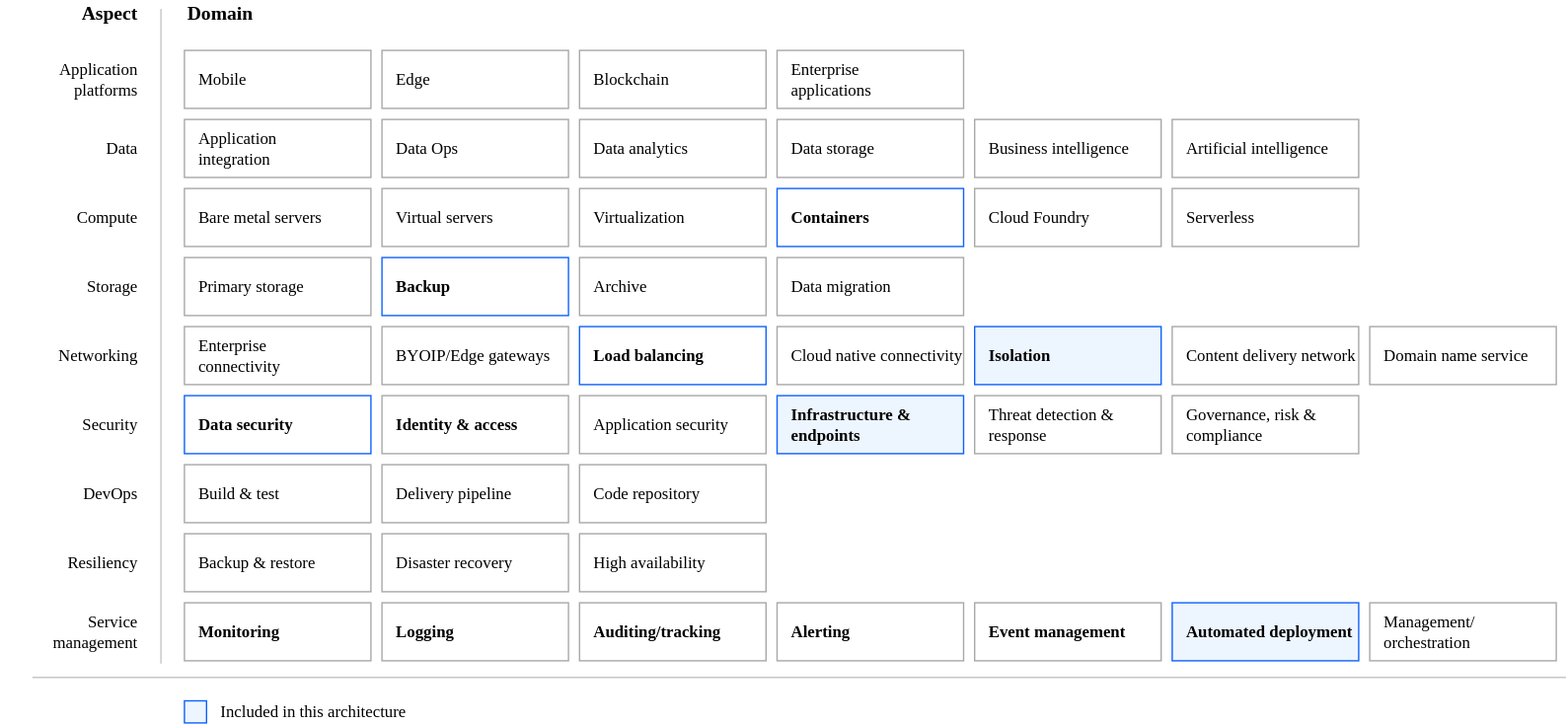
This is reference-architectures/heat-map-deploy-arch-slz-vpc-fully-configurable.svg from terraform-ibm-modules/terraform-ibm-landing-zone-vpc, a draw.io export, as it was before one commit. Source tidied: cells renumbered, new cells last; positions are measured from the earlier drawing's top-left corner, leaving out a move shared by most shapes.
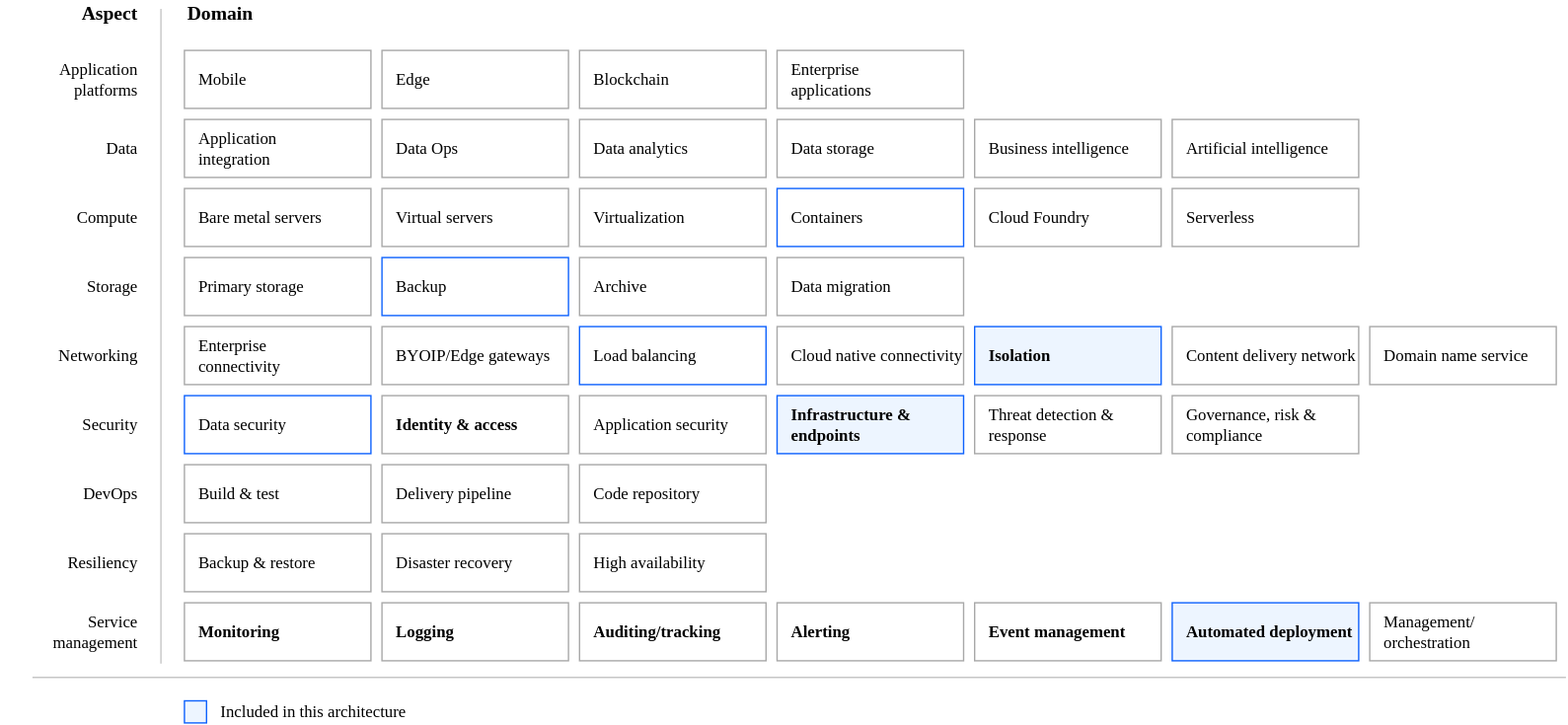
After the commit.

The edit, as a diff of the source:
```diff
@@ -20,7 +20,7 @@
     <mxCell id="7" value="Build &amp;amp; test" style="rounded=0;whiteSpace=wrap;html=1;strokeColor=#A8A8A8;align=left;spacingLeft=8;fontFamily=IBM Plex Sans;" parent="1" vertex="1">
       <mxGeometry x="133" y="336" width="135" height="42" as="geometry" />
     </mxCell>
-    <mxCell id="8" value="Data security" style="rounded=0;whiteSpace=wrap;html=1;strokeColor=light-dark(#0E62FD,#5D5D5D);align=left;spacingLeft=8;fontFamily=IBM Plex Sans;fontStyle=1;fillColor=default;" parent="1" vertex="1">
+    <mxCell id="8" value="Data security" style="rounded=0;whiteSpace=wrap;html=1;strokeColor=light-dark(#0E62FD,#5D5D5D);align=left;spacingLeft=8;fontFamily=IBM Plex Sans;fontStyle=0;fillColor=default;" parent="1" vertex="1">
       <mxGeometry x="133" y="286" width="135" height="42" as="geometry" />
     </mxCell>
     <mxCell id="9" value="Backup &amp;amp; restore" style="rounded=0;whiteSpace=wrap;html=1;strokeColor=#A8A8A8;align=left;spacingLeft=8;fontFamily=IBM Plex Sans;" parent="1" vertex="1">
@@ -56,7 +56,7 @@
     <mxCell id="19" value="Virtualization" style="rounded=0;whiteSpace=wrap;html=1;strokeColor=#A8A8A8;align=left;spacingLeft=8;fontFamily=IBM Plex Sans;fillColor=default;fontStyle=0;" parent="1" vertex="1">
       <mxGeometry x="419" y="136" width="135" height="42" as="geometry" />
     </mxCell>
-    <mxCell id="20" value="Containers" style="rounded=0;whiteSpace=wrap;html=1;strokeColor=light-dark(#0E62FD,#5D5D5D);align=left;spacingLeft=8;fontFamily=IBM Plex Sans;fillColor=default;fontStyle=1;" parent="1" vertex="1">
+    <mxCell id="20" value="Containers" style="rounded=0;whiteSpace=wrap;html=1;strokeColor=light-dark(#0E62FD,#5D5D5D);align=left;spacingLeft=8;fontFamily=IBM Plex Sans;fillColor=default;fontStyle=0;" parent="1" vertex="1">
       <mxGeometry x="562" y="136" width="135" height="42" as="geometry" />
     </mxCell>
     <mxCell id="21" value="Cloud Foundry" style="rounded=0;whiteSpace=wrap;html=1;strokeColor=#A8A8A8;align=left;spacingLeft=8;fontFamily=IBM Plex Sans;fillColor=default;fontStyle=0;" parent="1" vertex="1">
@@ -65,7 +65,7 @@
     <mxCell id="22" value="Serverless" style="rounded=0;whiteSpace=wrap;html=1;strokeColor=#A8A8A8;align=left;spacingLeft=8;fontFamily=IBM Plex Sans;fillColor=default;fontStyle=0;" parent="1" vertex="1">
       <mxGeometry x="848" y="136" width="135" height="42" as="geometry" />
     </mxCell>
-    <mxCell id="23" value="Backup" style="rounded=0;whiteSpace=wrap;html=1;strokeColor=light-dark(#0E62FD,#5D5D5D);align=left;spacingLeft=8;fontFamily=IBM Plex Sans;fillColor=default;fontStyle=1;" parent="1" vertex="1">
+    <mxCell id="23" value="Backup" style="rounded=0;whiteSpace=wrap;html=1;strokeColor=light-dark(#0E62FD,#5D5D5D);align=left;spacingLeft=8;fontFamily=IBM Plex Sans;fillColor=default;fontStyle=0;" parent="1" vertex="1">
       <mxGeometry x="276" y="186" width="135" height="42" as="geometry" />
     </mxCell>
     <mxCell id="24" value="Archive" style="rounded=0;whiteSpace=wrap;html=1;strokeColor=#A8A8A8;align=left;spacingLeft=8;fontFamily=IBM Plex Sans;fillColor=default;fontStyle=0;" parent="1" vertex="1">
@@ -77,7 +77,7 @@
     <mxCell id="26" value="BYOIP/Edge gateways" style="rounded=0;whiteSpace=wrap;html=1;strokeColor=#A8A8A8;align=left;spacingLeft=8;fontFamily=IBM Plex Sans;fillColor=default;fontStyle=0;" parent="1" vertex="1">
       <mxGeometry x="276" y="236" width="135" height="42" as="geometry" />
     </mxCell>
-    <mxCell id="27" value="Load balancing" style="rounded=0;whiteSpace=wrap;html=1;strokeColor=light-dark(#0E62FD,#5D5D5D);align=left;spacingLeft=8;fontFamily=IBM Plex Sans;fillColor=default;fontStyle=1;" parent="1" vertex="1">
+    <mxCell id="27" value="Load balancing" style="rounded=0;whiteSpace=wrap;html=1;strokeColor=light-dark(#0E62FD,#5D5D5D);align=left;spacingLeft=8;fontFamily=IBM Plex Sans;fillColor=default;fontStyle=0;" parent="1" vertex="1">
       <mxGeometry x="419" y="236" width="135" height="42" as="geometry" />
     </mxCell>
     <mxCell id="28" value="Cloud native connectivity" style="rounded=0;whiteSpace=wrap;html=1;strokeColor=#A8A8A8;align=left;spacingLeft=8;fontFamily=IBM Plex Sans;fillColor=default;fontStyle=0;" parent="1" vertex="1">
```
